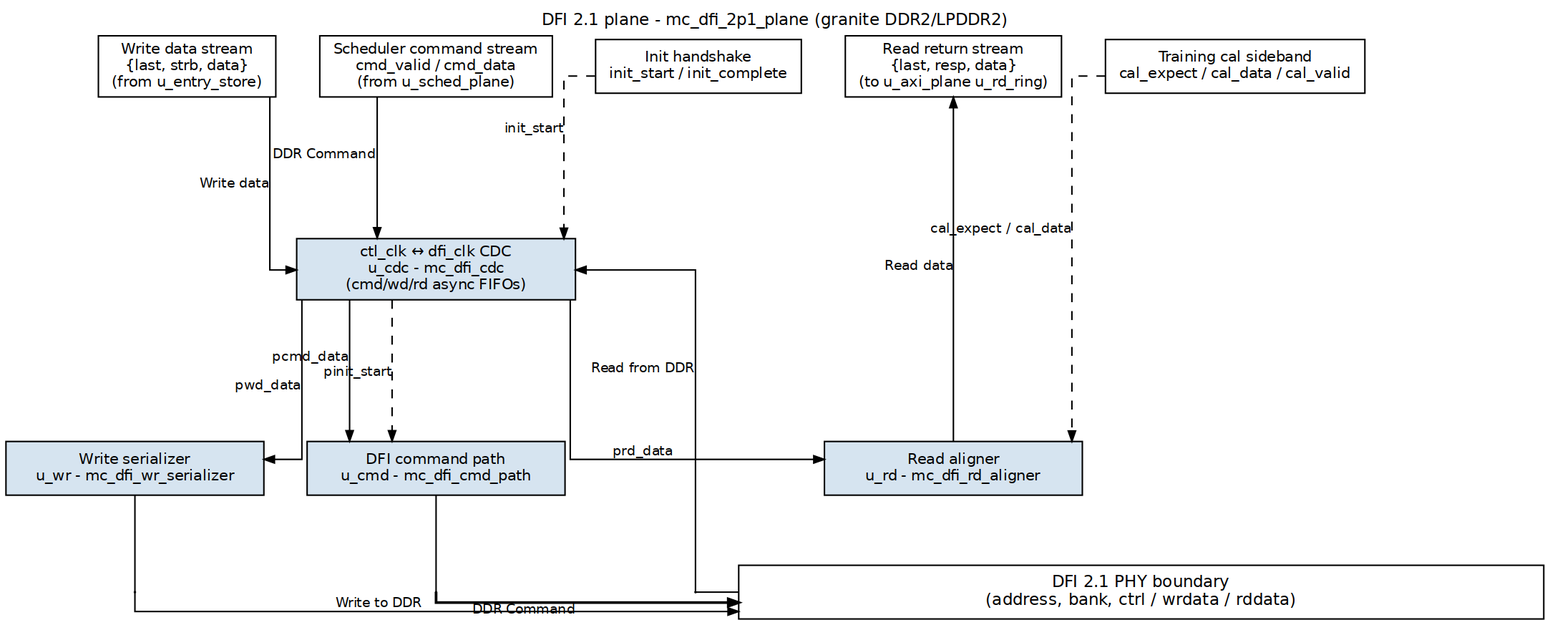
Earlier version of the Graphviz export vault/tracking/projects/components/mem-ctrl-ip/assets/mc003/dfi_plane_blocks.png (sean-galloway/RTLDesignSherpa). Its source is kept beside it as vault/tracking/projects/components/mem-ctrl-ip/assets/mc003/dfi_plane_blocks.dot.
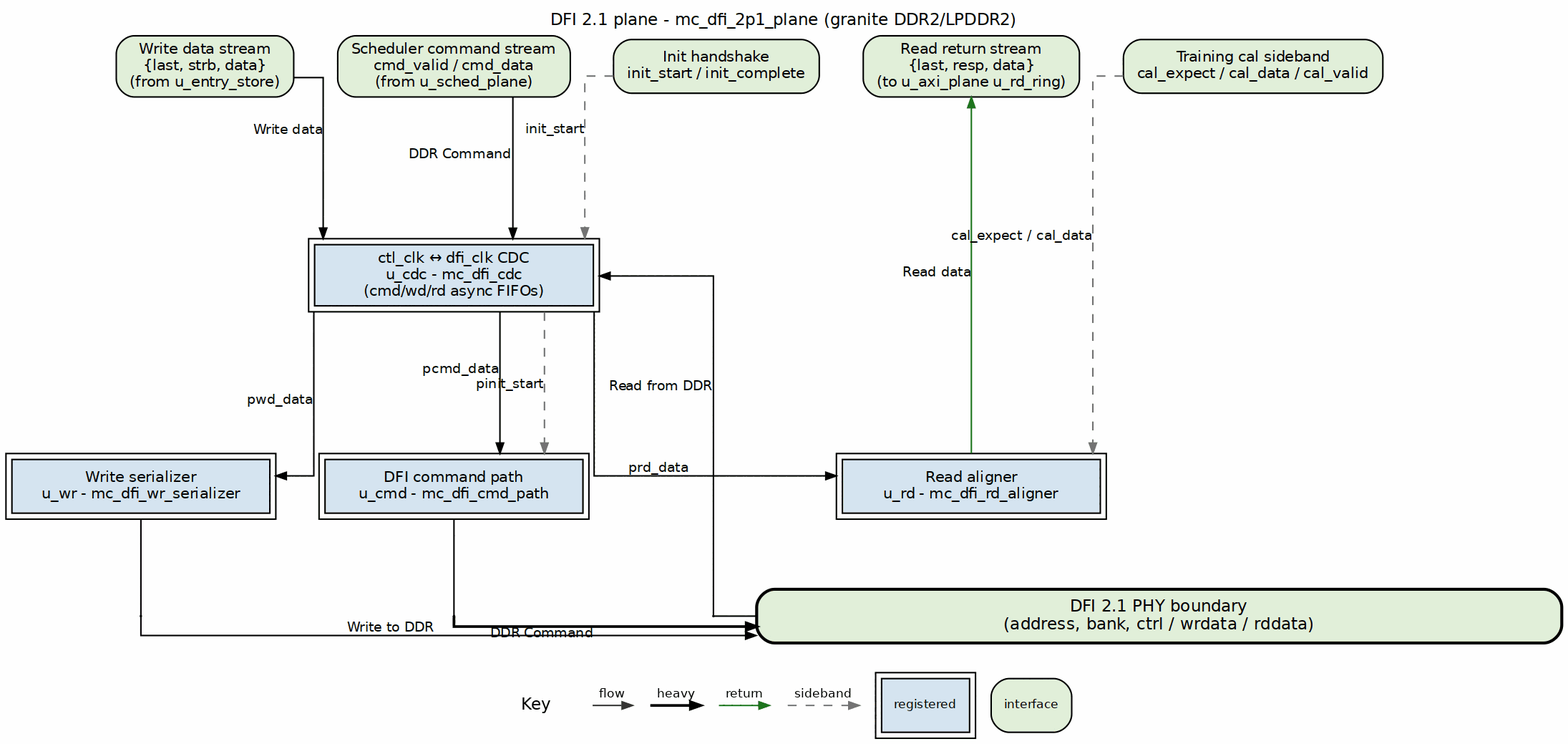
Later version of the same file.

Diff of the diagram source:
```diff
@@ -4,22 +4,22 @@
            label="DFI 2.1 plane - mc_dfi_2p1_plane (granite DDR2/LPDDR2)",
            labelloc=t, labeljust=c];
     node  [fontname="Helvetica", fontsize=10, shape=box, style=filled,
-           fillcolor="#D6E4F0", color="black", margin="0.12,0.06"];
+           fillcolor="white", color="black", margin="0.12,0.06"];
     edge  [fontname="Helvetica", fontsize=9, color="black", arrowsize=0.7];
 
-    cmd_in [label="Scheduler command stream\ncmd_valid / cmd_data\n(from u_sched_plane)", fillcolor="white", group=C];
-    wd_in  [label="Write data stream\n{last, strb, data}\n(from u_entry_store)", fillcolor="white", group=W];
-    rd_out [label="Read return stream\n{last, resp, data}\n(to u_axi_plane u_rd_ring)", fillcolor="white", group=R];
-    init_in [label="Init handshake\ninit_start / init_complete", fillcolor="white", group=I];
-    trn_in [label="Training cal sideband\ncal_expect / cal_data / cal_valid", fillcolor="white", group=T];
+    cmd_in [label="Scheduler command stream\ncmd_valid / cmd_data\n(from u_sched_plane)", fillcolor="white", group=C, style="rounded,filled", fillcolor="#E2EFDA"];
+    wd_in  [label="Write data stream\n{last, strb, data}\n(from u_entry_store)", fillcolor="white", group=W, style="rounded,filled", fillcolor="#E2EFDA"];
+    rd_out [label="Read return stream\n{last, resp, data}\n(to u_axi_plane u_rd_ring)", fillcolor="white", group=R, style="rounded,filled", fillcolor="#E2EFDA"];
+    init_in [label="Init handshake\ninit_start / init_complete", fillcolor="white", group=I, style="rounded,filled", fillcolor="#E2EFDA"];
+    trn_in [label="Training cal sideband\ncal_expect / cal_data / cal_valid", fillcolor="white", group=T, style="rounded,filled", fillcolor="#E2EFDA"];
 
-    cdc [label="ctl_clk ↔ dfi_clk CDC\nu_cdc - mc_dfi_cdc\n(cmd/wd/rd async FIFOs)", group=C, width=2.6];
-    cmd [label="DFI command path\nu_cmd - mc_dfi_cmd_path", group=C, width=2.4];
-    wr  [label="Write serializer\nu_wr - mc_dfi_wr_serializer", group=W, width=2.4];
-    rd  [label="Read aligner\nu_rd - mc_dfi_rd_aligner", group=R, width=2.4];
+    cdc [label="ctl_clk ↔ dfi_clk CDC\nu_cdc - mc_dfi_cdc\n(cmd/wd/rd async FIFOs)", group=C, width=2.6, peripheries=2, style="filled", fillcolor="#D6E4F0"];
+    cmd [label="DFI command path\nu_cmd - mc_dfi_cmd_path", group=C, width=2.4, peripheries=2, style="filled", fillcolor="#D6E4F0"];
+    wr  [label="Write serializer\nu_wr - mc_dfi_wr_serializer", group=W, width=2.4, peripheries=2, style="filled", fillcolor="#D6E4F0"];
+    rd  [label="Read aligner\nu_rd - mc_dfi_rd_aligner", group=R, width=2.4, peripheries=2, style="filled", fillcolor="#D6E4F0"];
 
     phy [label="DFI 2.1 PHY boundary\n(address, bank, ctrl / wrdata / rddata)",
-         fillcolor="white", rank=sink, width=7.5, fontsize=11, group=C];
+         fillcolor="white", rank=sink, width=7.5, fontsize=11, group=C, style="rounded,filled,bold", fillcolor="#E2EFDA"];
 
     p_cmd [shape=point, width=0.01, group=C];
     p_wd  [shape=point, width=0.01, group=W];
@@ -37,15 +37,15 @@
     wr -> p_wd [dir=none, headclip=false];
     p_wd -> phy [xlabel="Write to DDR", tailclip=false];
 
-    rd_out -> rd [dir=back, xlabel="Read data"];
+    rd_out -> rd [color="#1A7A1A", dir=back, xlabel="Read data"];
     rd -> cdc [dir=back, xlabel="prd_data"];
     cdc -> p_rd [dir=back, xlabel="Read from DDR", headclip=false];
     p_rd -> phy [dir=none, tailclip=false];
 
-    init_in -> cdc [style=dashed, xlabel="init_start"];
-    cdc -> cmd [style=dashed, xlabel="pinit_start"];
+    init_in -> cdc [style=dashed, color="#777777", xlabel="init_start"];
+    cdc -> cmd [style=dashed, color="#777777", xlabel="pinit_start"];
 
-    trn_in -> rd [style=dashed, xlabel="cal_expect / cal_data"];
+    trn_in -> rd [style=dashed, color="#777777", xlabel="cal_expect / cal_data"];
 
     { rank=same; p_wd; sp1; p_cmd; sp2; p_rd; phy; }
     p_wd -> sp1 [style=invis];
```
